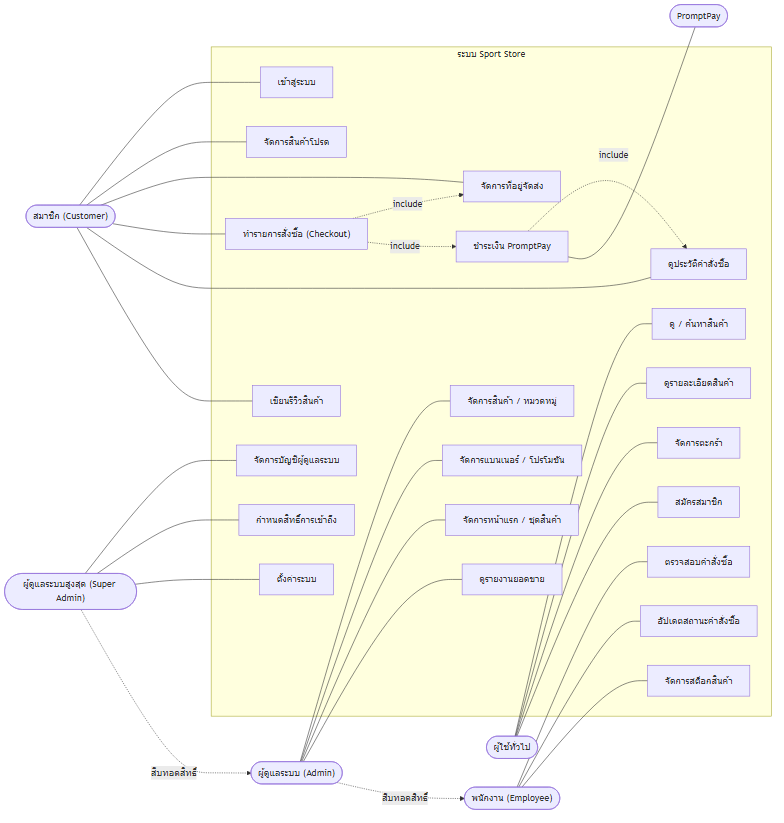
flukerzanmk5547/Project-204 keeps this Mermaid diagram as docs/diagrams/01-use-case.png. Above is the earlier version. Its source is kept beside it as docs/diagrams/01-use-case.mmd.
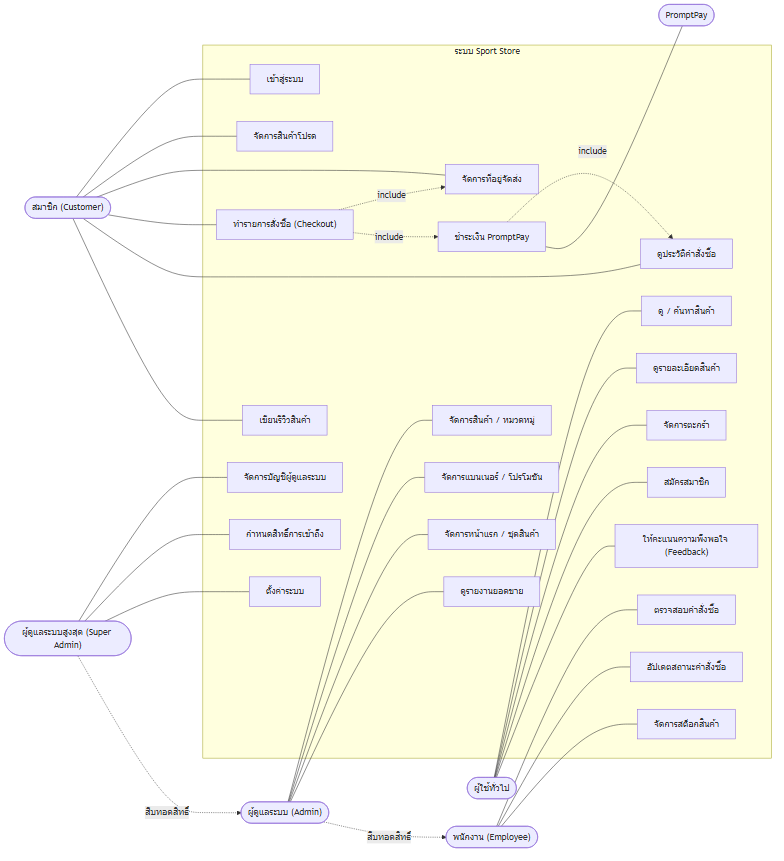
The same file after the commit.

Commit message:
docs: add Feedback use case/class and missing config classes

Diff of the diagram source:
```diff
@@ -28,12 +28,14 @@
         UC19["จัดการบัญชีผู้ดูแลระบบ"]
         UC20["กำหนดสิทธิ์การเข้าถึง"]
         UC21["ตั้งค่าระบบ"]
+        UC22["ให้คะแนนความพึงพอใจ (Feedback)"]
     end
 
     Guest --- UC1
     Guest --- UC2
     Guest --- UC3
     Guest --- UC4
+    Guest --- UC22
     Member --- UC5
     Member --- UC6
     Member --- UC7
```
